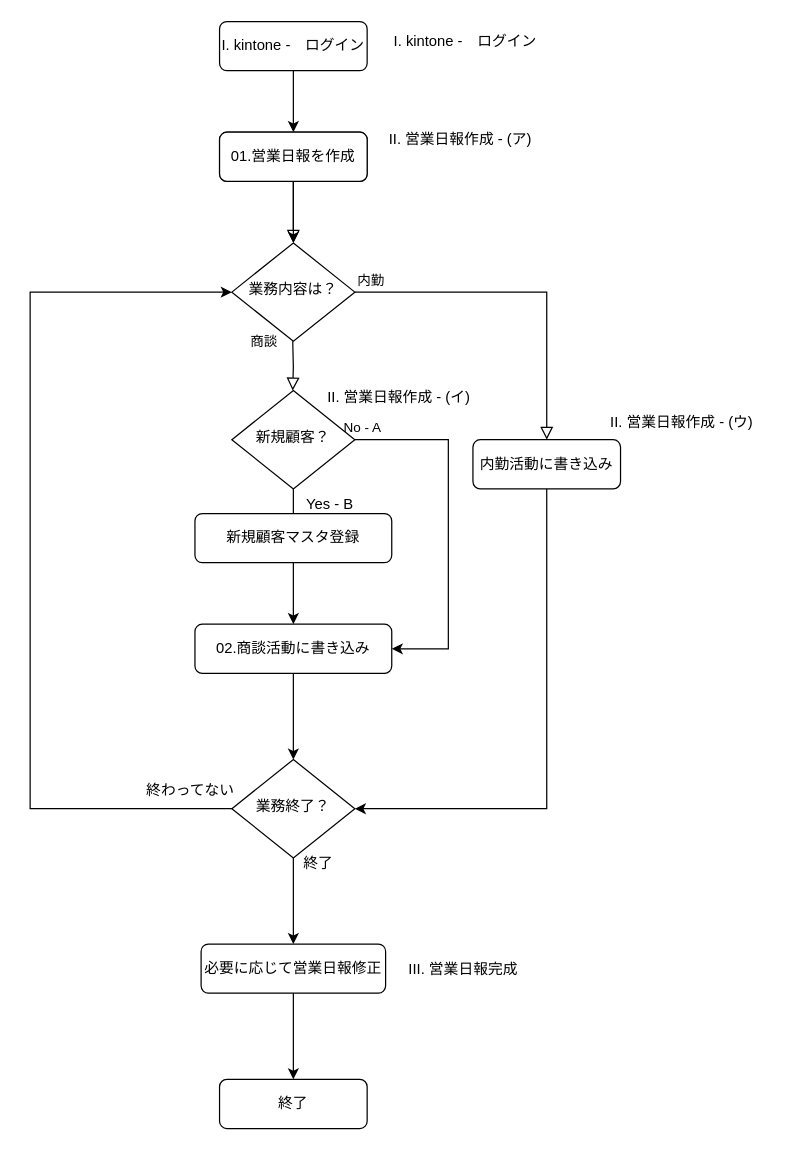
This is kintone使用案_01.drawio from kss-kawashima/flow, a draw.io file, before an edit. Source tidied: cells renumbered, new cells numbered last; positions are measured from the earlier drawing's top-left corner, leaving out a move shared by most shapes. Both pictures are drawn from the tidied source at 123%, with x=0, y=0 at pixel (30, 21).
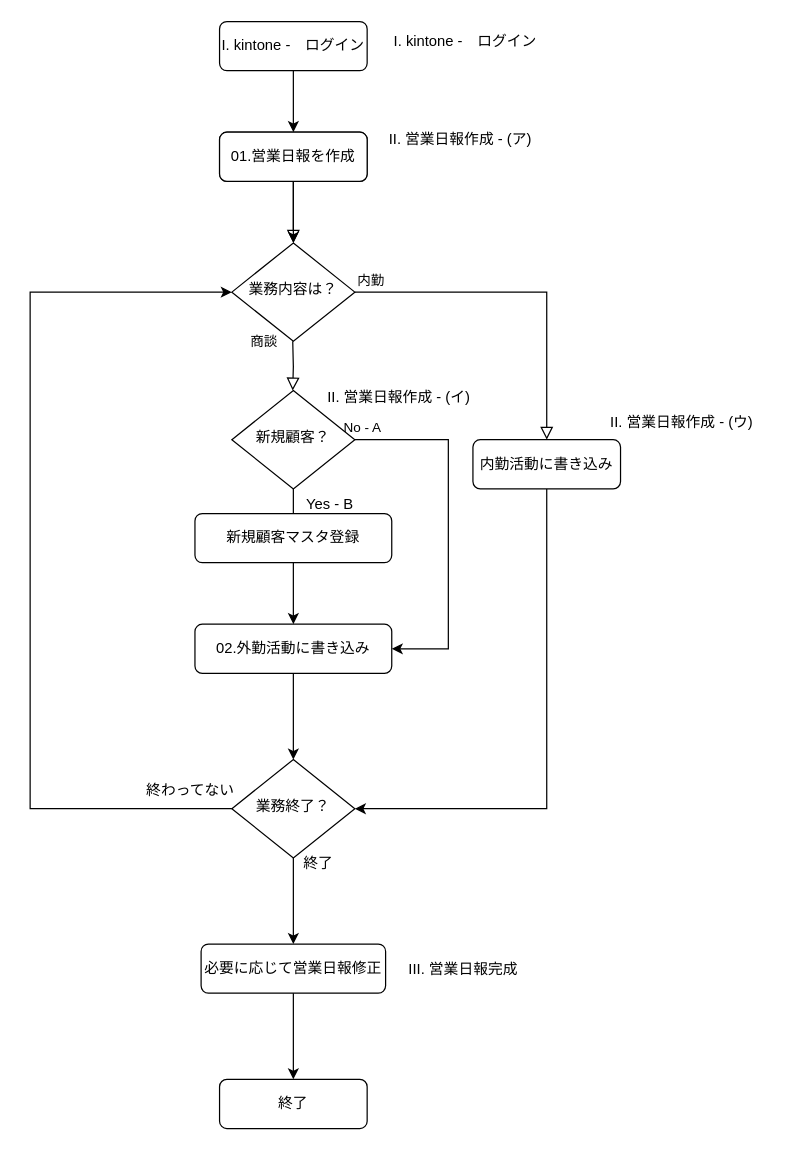
After the change.

Commit message:
kintone使用案_01.drawio を更新します

What changed in the source:
```diff
@@
-    <mxCell id="10" value="02.商談活動に書き込み" style="rounded=1;whiteSpace=wrap;html=1;fontSize=12;glass=0;strokeWidth=1;shadow=0;" parent="1" vertex="1">
+    <mxCell id="10" value="02.外勤活動に書き込み" style="rounded=1;whiteSpace=wrap;html=1;fontSize=12;glass=0;strokeWidth=1;shadow=0;" parent="1" vertex="1">
       <mxGeometry x="134" y="490" width="160" height="40" as="geometry" />
     </mxCell>
```
